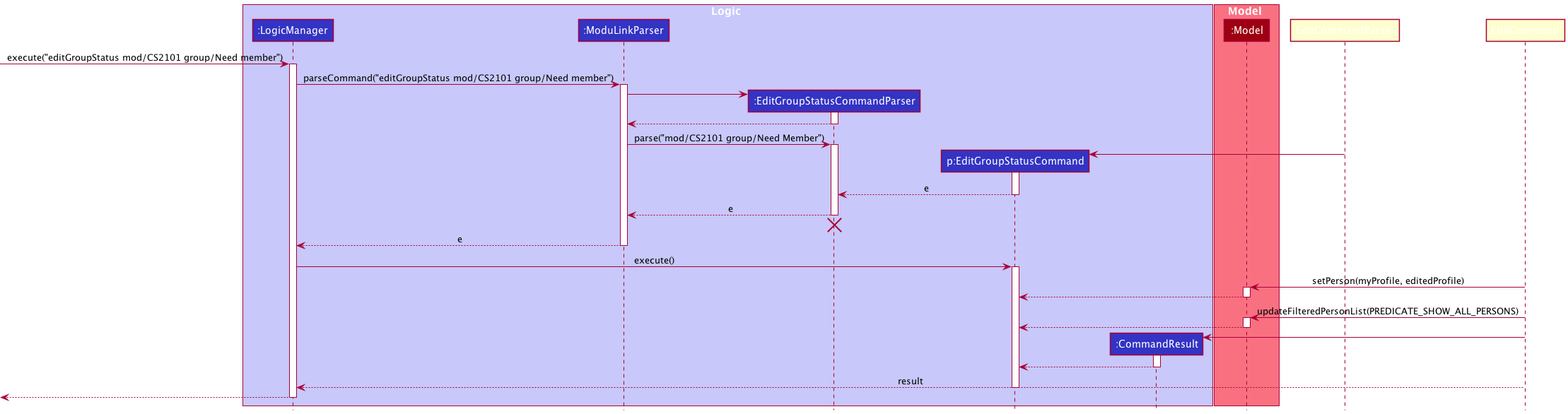
nus-cs2103-AY2122S1/tp keeps this PlantUML diagram as docs/images/EditGroupStatusCommandSequenceDiagram.png. Above is the earlier version.
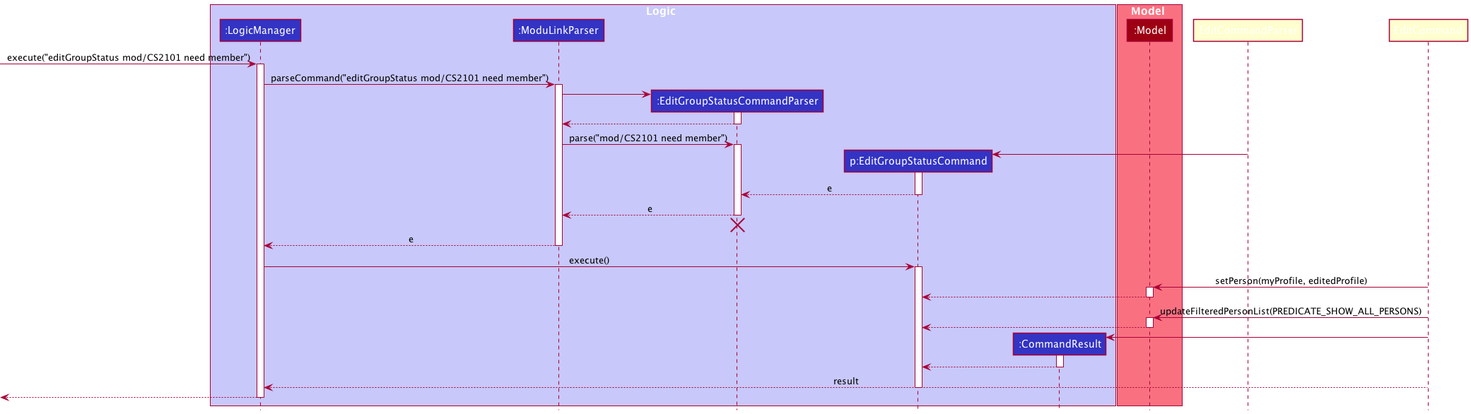
After the change.

Diff of the diagram source:
```diff
@@ -13,10 +13,10 @@
 participant ":Model" as Model MODEL_COLOR
 end box
 
-[-> LogicManager : execute("editGroupStatus mod/CS2101 group/Need member")
+[-> LogicManager : execute("editGroupStatus mod/CS2101 need member")
 activate LogicManager
 
-LogicManager -> ModuLinkParser : parseCommand("editGroupStatus mod/CS2101 group/Need member")
+LogicManager -> ModuLinkParser : parseCommand("editGroupStatus mod/CS2101 need member")
 activate ModuLinkParser
 
 create EditGroupStatusCommandParser
@@ -26,7 +26,7 @@
 EditGroupStatusCommandParser --> ModuLinkParser
 deactivate EditGroupStatusCommandParser
 
-ModuLinkParser -> EditGroupStatusCommandParser : parse("mod/CS2101 group/Need Member")
+ModuLinkParser -> EditGroupStatusCommandParser : parse("mod/CS2101 need member")
 activate EditGroupStatusCommandParser
 
 create EditGroupStatusCommand
```
